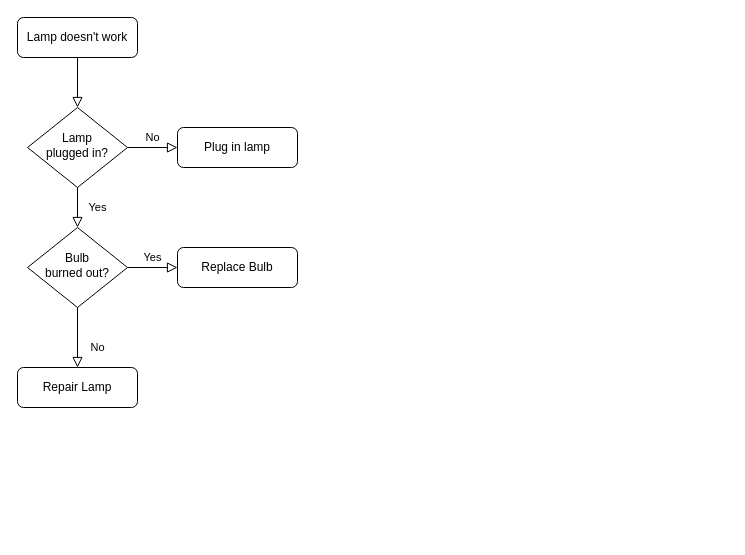
The draw.io diagram objc_msgSend.drawio in silan-liu/drawio, before the edit. Source tidied: cells renumbered, new cells numbered last; positions are measured from the earlier drawing's top-left corner, leaving out a move shared by most shapes. Both pictures are drawn from the tidied source at 100%, with x=0, y=0 at pixel (17, 17).
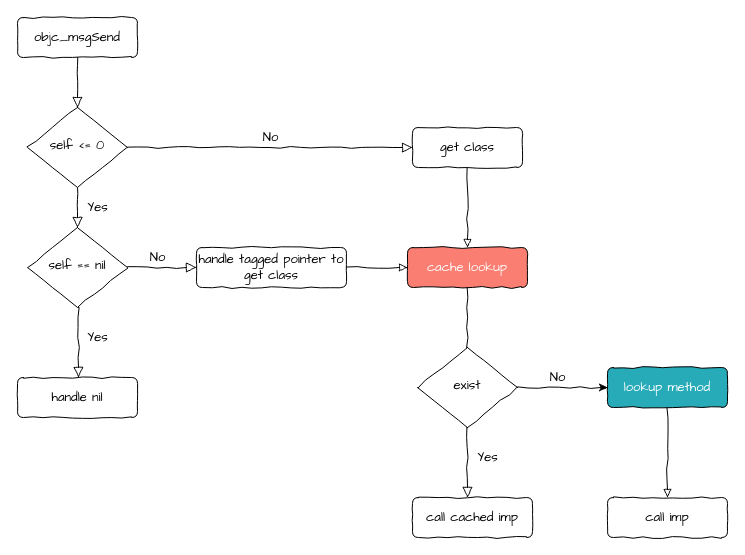
After the change.

What changed in the source:
```diff
@@
-    <mxCell id="2" style="rounded=0;html=1;jettySize=auto;fontSize=11;endArrow=block;endFill=0;endSize=8;strokeWidth=1;shadow=0;labelBackgroundColor=none;edgeStyle=orthogonalEdgeStyle;" parent="1" edge="1" source="3" target="6">
+    <mxCell id="2" style="rounded=0;html=1;jettySize=auto;fontSize=13;endArrow=block;endFill=0;endSize=8;strokeWidth=1;shadow=0;labelBackgroundColor=none;edgeStyle=orthogonalEdgeStyle;fontFamily=Architects Daughter;comic=1;" parent="1" edge="1" source="3" target="6">
       <mxGeometry relative="1" as="geometry" />
     </mxCell>
-    <mxCell id="3" value="Lamp doesn't work" style="rounded=1;whiteSpace=wrap;html=1;fontSize=12;glass=0;strokeWidth=1;shadow=0;" parent="1" vertex="1">
+    <mxCell id="3" value="objc_msgSend" style="rounded=1;whiteSpace=wrap;html=1;fontSize=13;glass=0;strokeWidth=1;shadow=0;fontFamily=Architects Daughter;comic=1;" parent="1" vertex="1">
       <mxGeometry width="120" height="40" as="geometry" />
     </mxCell>
-    <mxCell id="4" value="Yes" style="rounded=0;html=1;jettySize=auto;fontSize=11;endArrow=block;endFill=0;endSize=8;strokeWidth=1;shadow=0;labelBackgroundColor=none;edgeStyle=orthogonalEdgeStyle;" parent="1" edge="1" source="6" target="10">
+    <mxCell id="4" value="Yes" style="rounded=0;html=1;jettySize=auto;fontSize=13;endArrow=block;endFill=0;endSize=8;strokeWidth=1;shadow=0;labelBackgroundColor=none;edgeStyle=orthogonalEdgeStyle;fontFamily=Architects Daughter;comic=1;" parent="1" edge="1" source="6" target="10">
       <mxGeometry y="20" relative="1" as="geometry" />
     </mxCell>
-    <mxCell id="5" value="No" style="edgeStyle=orthogonalEdgeStyle;rounded=0;html=1;jettySize=auto;fontSize=11;endArrow=block;endFill=0;endSize=8;strokeWidth=1;shadow=0;labelBackgroundColor=none;" parent="1" edge="1" source="6" target="7">
+    <mxCell id="5" value="No" style="edgeStyle=orthogonalEdgeStyle;rounded=0;html=1;jettySize=auto;fontSize=13;endArrow=block;endFill=0;endSize=8;strokeWidth=1;shadow=0;labelBackgroundColor=none;fontFamily=Architects Daughter;comic=1;" parent="1" edge="1" source="6" target="7">
       <mxGeometry y="10" relative="1" as="geometry" />
     </mxCell>
-    <mxCell id="6" value="Lamp&lt;br&gt;plugged in?" style="rhombus;whiteSpace=wrap;html=1;shadow=0;fontFamily=Helvetica;fontSize=12;align=center;strokeWidth=1;spacing=6;spacingTop=-4;" parent="1" vertex="1">
+    <mxCell id="6" value="self &amp;lt;= 0" style="rhombus;whiteSpace=wrap;html=1;shadow=0;fontFamily=Architects Daughter;fontSize=13;align=center;strokeWidth=1;spacing=6;spacingTop=-4;comic=1;" parent="1" vertex="1">
       <mxGeometry x="10" y="90" width="100" height="80" as="geometry" />
     </mxCell>
+    <mxCell id="13" style="edgeStyle=orthogonalEdgeStyle;rounded=0;jettySize=auto;html=1;entryX=0.5;entryY=0;entryDx=0;entryDy=0;endArrow=block;endFill=0;fontFamily=Architects Daughter;comic=1;fontSize=13;" parent="1" edge="1" source="7" target="15">
+      <mxGeometry relative="1" as="geometry" />
+    </mxCell>
-    <mxCell id="7" value="Plug in lamp" style="rounded=1;whiteSpace=wrap;html=1;fontSize=12;glass=0;strokeWidth=1;shadow=0;" parent="1" vertex="1">
-      <mxGeometry x="160" y="110" width="120" height="40" as="geometry" />
+    <mxCell id="7" value="get class" style="rounded=1;whiteSpace=wrap;html=1;fontSize=13;glass=0;strokeWidth=1;shadow=0;fontFamily=Architects Daughter;comic=1;" parent="1" vertex="1">
+      <mxGeometry x="395" y="110" width="110" height="40" as="geometry" />
     </mxCell>
-    <mxCell id="8" value="No" style="rounded=0;html=1;jettySize=auto;fontSize=11;endArrow=block;endFill=0;endSize=8;strokeWidth=1;shadow=0;labelBackgroundColor=none;edgeStyle=orthogonalEdgeStyle;" parent="1" edge="1" source="10" target="11">
-      <mxGeometry x="0.33" y="20" relative="1" as="geometry" />
+    <mxCell id="8" value="No" style="rounded=0;html=1;jettySize=auto;fontSize=13;endArrow=block;endFill=0;endSize=8;strokeWidth=1;shadow=0;labelBackgroundColor=none;edgeStyle=orthogonalEdgeStyle;fontFamily=Architects Daughter;comic=1;" parent="1" edge="1" source="10" target="11">
+      <mxGeometry x="-0.13" y="10" relative="1" as="geometry" />
     </mxCell>
-    <mxCell id="9" value="Yes" style="edgeStyle=orthogonalEdgeStyle;rounded=0;html=1;jettySize=auto;fontSize=11;endArrow=block;endFill=0;endSize=8;strokeWidth=1;shadow=0;labelBackgroundColor=none;" parent="1" edge="1" source="10" target="12">
-      <mxGeometry y="10" relative="1" as="geometry" />
+    <mxCell id="9" value="Yes" style="edgeStyle=orthogonalEdgeStyle;rounded=0;html=1;jettySize=auto;orthogonalLoop=1;fontSize=13;endArrow=block;endFill=0;endSize=8;strokeWidth=1;shadow=0;labelBackgroundColor=none;fontFamily=Architects Daughter;comic=1;" parent="1" edge="1">
+      <mxGeometry x="-0.14" y="19" relative="1" as="geometry">
+        <mxPoint x="61" y="290" as="sourcePoint" />
+        <mxPoint x="61" y="360" as="targetPoint" />
+      </mxGeometry>
     </mxCell>
-    <mxCell id="10" value="Bulb&lt;br&gt;burned out?" style="rhombus;whiteSpace=wrap;html=1;shadow=0;fontFamily=Helvetica;fontSize=12;align=center;strokeWidth=1;spacing=6;spacingTop=-4;" parent="1" vertex="1">
+    <mxCell id="10" value="self == nil" style="rhombus;whiteSpace=wrap;html=1;shadow=0;fontFamily=Architects Daughter;fontSize=13;align=center;strokeWidth=1;spacing=6;spacingTop=-4;comic=1;" parent="1" vertex="1">
       <mxGeometry x="10" y="210" width="100" height="80" as="geometry" />
     </mxCell>
+    <mxCell id="14" style="edgeStyle=orthogonalEdgeStyle;rounded=0;jettySize=auto;html=1;entryX=0;entryY=0.5;entryDx=0;entryDy=0;endArrow=block;endFill=0;fontFamily=Architects Daughter;comic=1;fontSize=13;" parent="1" edge="1" source="11" target="15">
+      <mxGeometry relative="1" as="geometry" />
+    </mxCell>
-    <mxCell id="11" value="Repair Lamp" style="rounded=1;whiteSpace=wrap;html=1;fontSize=12;glass=0;strokeWidth=1;shadow=0;" parent="1" vertex="1">
-      <mxGeometry y="350" width="120" height="40" as="geometry" />
+    <mxCell id="11" value="handle tagged pointer to get class" style="rounded=1;whiteSpace=wrap;html=1;fontSize=13;glass=0;strokeWidth=1;shadow=0;fontFamily=Architects Daughter;comic=1;" parent="1" vertex="1">
+      <mxGeometry x="179" y="230" width="150" height="40" as="geometry" />
     </mxCell>
-    <mxCell id="12" value="Replace Bulb" style="rounded=1;whiteSpace=wrap;html=1;fontSize=12;glass=0;strokeWidth=1;shadow=0;" parent="1" vertex="1">
-      <mxGeometry x="160" y="230" width="120" height="40" as="geometry" />
+    <mxCell id="12" value="handle nil" style="rounded=1;whiteSpace=wrap;html=1;fontSize=13;glass=0;strokeWidth=1;shadow=0;fontFamily=Architects Daughter;comic=1;" parent="1" vertex="1">
+      <mxGeometry y="360" width="120" height="40" as="geometry" />
     </mxCell>
+    <mxCell id="15" value="cache lookup" style="rounded=1;whiteSpace=wrap;html=1;fontSize=13;glass=0;strokeWidth=1;shadow=0;fontFamily=Architects Daughter;labelBackgroundColor=none;fillColor=#FA7F72;fontColor=#FFFFFF;comic=1;" parent="1" vertex="1">
+      <mxGeometry x="390" y="230" width="120" height="40" as="geometry" />
+    </mxCell>
+    <mxCell id="16" value="No" style="rounded=0;html=1;jettySize=auto;fontSize=13;endArrow=block;endFill=0;endSize=8;strokeWidth=1;shadow=0;labelBackgroundColor=none;edgeStyle=orthogonalEdgeStyle;exitX=0.5;exitY=1;exitDx=0;exitDy=0;fontFamily=Architects Daughter;comic=1;" parent="1" edge="1" source="15">
+      <mxGeometry x="-0.14" y="90" relative="1" as="geometry">
+        <mxPoint x="450" y="480" as="targetPoint" />
+        <Array as="points">
+          <mxPoint x="450" y="470" />
+          <mxPoint x="450" y="470" />
+        </Array>
+      </mxGeometry>
+    </mxCell>
+    <mxCell id="17" value="call cached imp" style="rounded=1;whiteSpace=wrap;html=1;fontSize=13;glass=0;strokeWidth=1;shadow=0;fontFamily=Architects Daughter;comic=1;" parent="1" vertex="1">
+      <mxGeometry x="395" y="480" width="120" height="40" as="geometry" />
+    </mxCell>
+    <mxCell id="18" value="exist" style="rhombus;whiteSpace=wrap;html=1;shadow=0;fontFamily=Architects Daughter;fontSize=13;align=center;strokeWidth=1;spacing=6;spacingTop=-4;comic=1;" parent="1" vertex="1">
+      <mxGeometry x="400" y="330" width="100" height="80" as="geometry" />
+    </mxCell>
+    <mxCell id="19" style="endArrow=classic;html=1;exitX=1;exitY=0.5;exitDx=0;exitDy=0;entryX=0;entryY=0.5;entryDx=0;entryDy=0;fontFamily=Architects Daughter;comic=1;fontSize=13;" parent="1" edge="1" source="18" target="22">
+      <mxGeometry relative="1" as="geometry" />
+    </mxCell>
+    <mxCell id="20" value="Yes" style="text;html=1;align=center;verticalAlign=middle;fontFamily=Architects Daughter;comic=1;fontSize=13;" parent="1" vertex="1">
+      <mxGeometry x="450" y="430" width="40" height="20" as="geometry" />
+    </mxCell>
+    <mxCell id="21" style="edgeStyle=orthogonalEdgeStyle;rounded=0;jettySize=auto;html=1;endArrow=block;endFill=0;exitX=0.5;exitY=1;exitDx=0;exitDy=0;fontFamily=Architects Daughter;comic=1;fontSize=13;" parent="1" edge="1" source="22" target="23">
+      <mxGeometry relative="1" as="geometry" />
+    </mxCell>
+    <mxCell id="22" value="&lt;font color=&quot;#ffffff&quot; style=&quot;font-size: 13px;&quot;&gt;lookup method&lt;/font&gt;" style="rounded=1;whiteSpace=wrap;html=1;fontSize=13;glass=0;strokeWidth=1;shadow=0;fontFamily=Architects Daughter;fontColor=#99FFCC;fillColor=#28ABB9;comic=1;" parent="1" vertex="1">
+      <mxGeometry x="590" y="350" width="120" height="40" as="geometry" />
+    </mxCell>
+    <mxCell id="23" value="call imp" style="whiteSpace=wrap;html=1;rounded=1;shadow=0;strokeWidth=1;glass=0;fontFamily=Architects Daughter;comic=1;fontSize=13;" parent="1" vertex="1">
+      <mxGeometry x="590" y="480" width="120" height="40" as="geometry" />
+    </mxCell>
```
